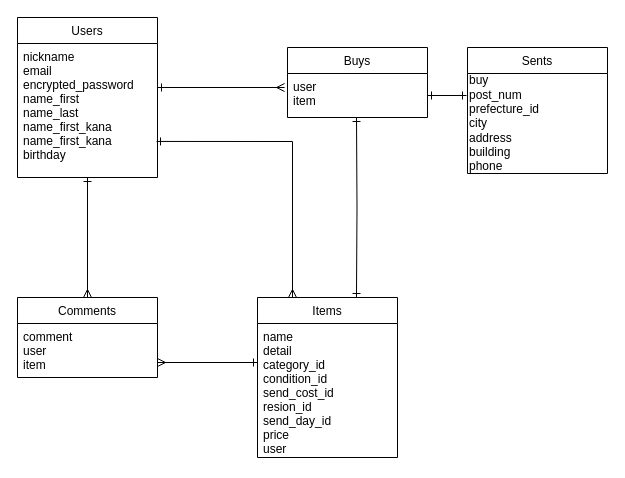
Earlier version of the draw.io diagram app/ER.dio (u-kaji/furima-36215). Source tidied: cells renumbered, new cells numbered last; positions are measured from the earlier drawing's top-left corner, leaving out a move shared by most shapes. Both pictures are drawn from the tidied source at 100%, with x=0, y=0 at pixel (17, 17).
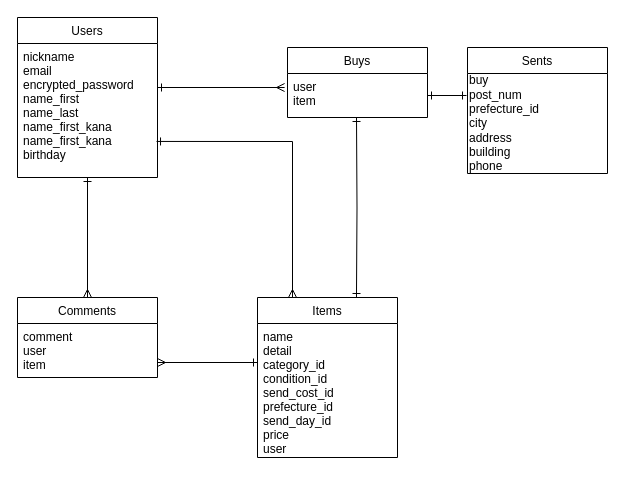
Above is the later version.

Commit message (it also covers changes not shown here):
指摘箇所修正４

The change refers to these unchanged cells:
```xml
<mxCell id="9" value="Items" style="swimlane;fontStyle=0;horizontal=1;startSize=26;" parent="1" vertex="1">
  <mxGeometry x="240" y="280" width="140" height="160" as="geometry" />
</mxCell>
```

Diff of the diagram source:
```diff
@@
-    <mxCell id="10" value="name&#10;detail&#10;category_id&#10;condition_id&#10;send_cost_id&#10;resion_id&#10;send_day_id&#10;price&#10;user" style="text;strokeColor=none;fillColor=none;align=left;verticalAlign=top;spacingLeft=4;spacingRight=4;overflow=hidden;" parent="9" vertex="1">
+    <mxCell id="10" value="name&#10;detail&#10;category_id&#10;condition_id&#10;send_cost_id&#10;prefecture_id&#10;send_day_id&#10;price&#10;user" style="text;strokeColor=none;fillColor=none;align=left;verticalAlign=top;spacingLeft=4;spacingRight=4;overflow=hidden;" parent="9" vertex="1">
       <mxGeometry y="26" width="140" height="134" as="geometry" />
     </mxCell>
```
